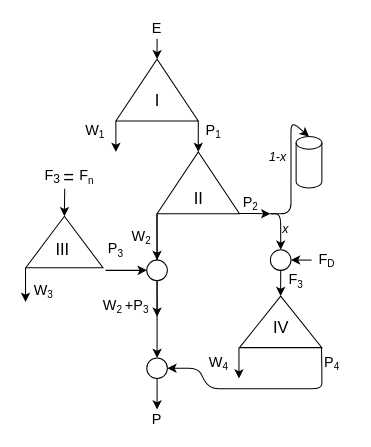
Earlier version of the draw.io diagram cascades/drawio/triple_cascade23 copy.drawio (GusevVlad/Russian-Phd-LaTeX-Dissertation-Template). Source tidied: cells renumbered, new cells numbered last; positions are measured from the earlier drawing's top-left corner, leaving out a move shared by most shapes. Both pictures are drawn from the tidied source at 103%, with x=0, y=0 at pixel (23, 18).
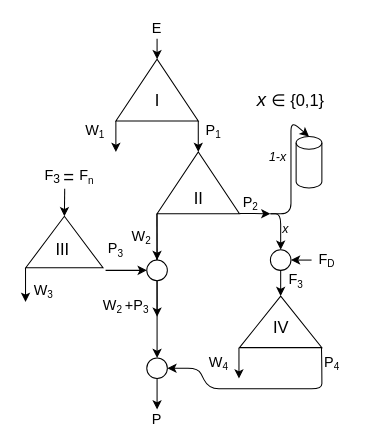
Above is the later version.

Change to the diagram source:
```diff
@@
+    <mxCell id="47" value="&lt;font size=&quot;1&quot; style=&quot;&quot;&gt;&lt;i style=&quot;font-size: 18px;&quot;&gt;x&amp;nbsp;&lt;/i&gt;&lt;/font&gt;&lt;font style=&quot;font-size: 16px;&quot;&gt;∈ {0,1}&lt;/font&gt;" style="text;html=1;strokeColor=none;fillColor=none;align=center;verticalAlign=middle;whiteSpace=wrap;rounded=0;" parent="1" vertex="1">
+      <mxGeometry x="220" y="70" width="80" height="20" as="geometry" />
+    </mxCell>
```
